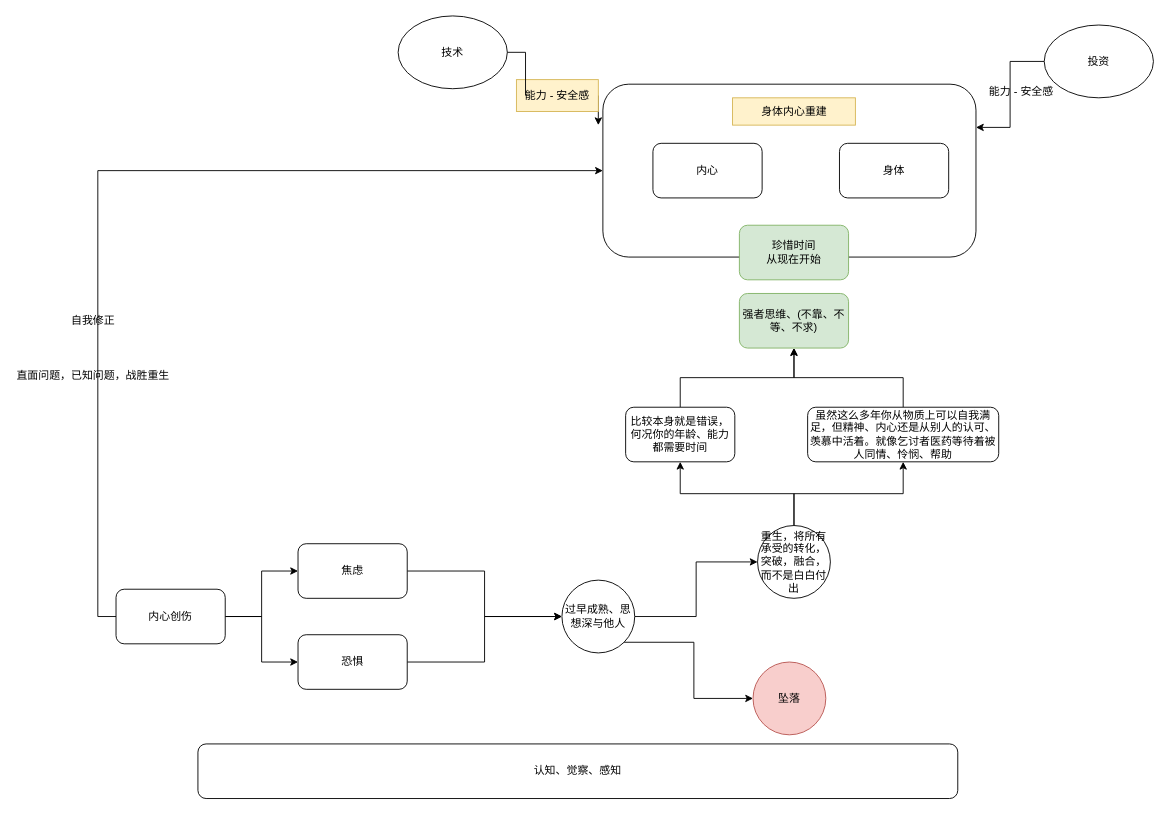
Above: menus/重生与坠落.drawio in Asamiyaa/microservice-k8s-yun (draw.io), before the change. Source tidied: cells renumbered, new cells numbered last; positions are measured from the earlier drawing's top-left corner, leaving out a move shared by most shapes. Both pictures are drawn from the tidied source at 91%, with x=0, y=0 at pixel (15, 15).
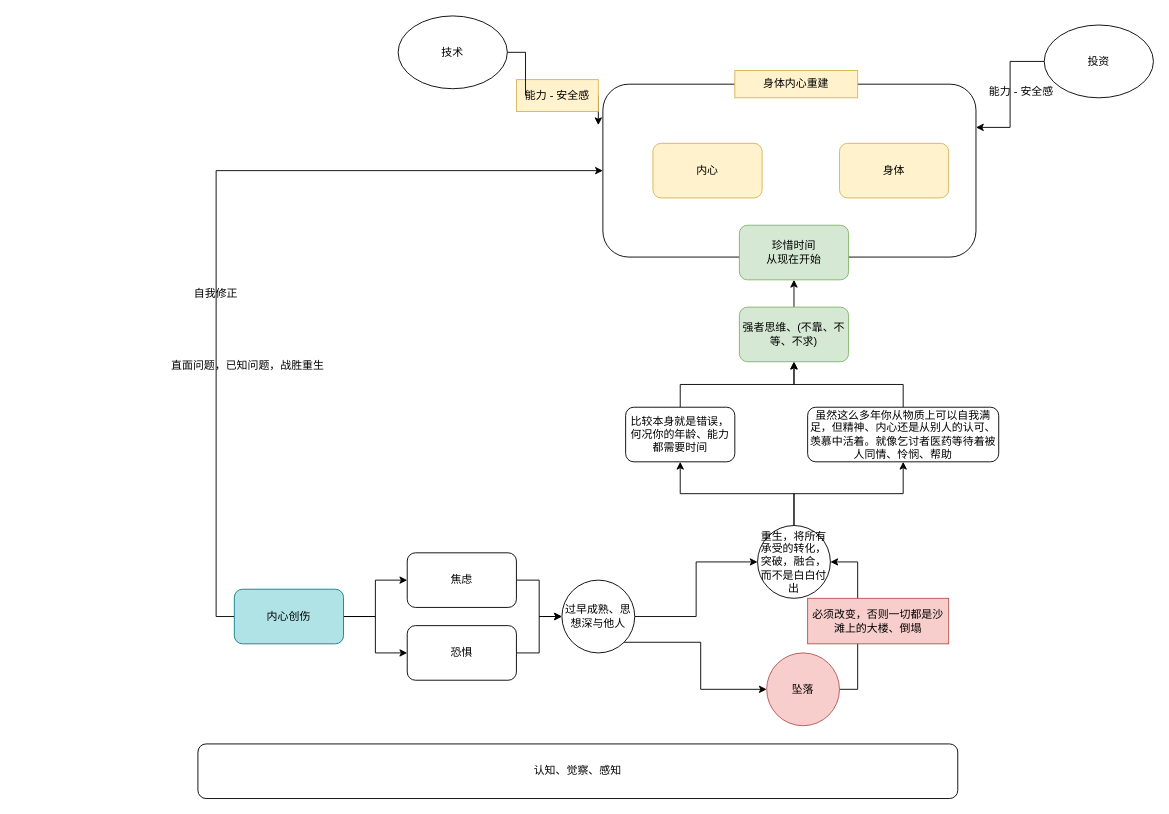
The same page after the edit.

Commit message (it also covers changes not shown here):
更新重生与坠落.drawio

The change refers to these unchanged cells:
```xml
<mxCell id="25" value="重生，将所有承受的转化，突破，融合，而不是白白付出" style="ellipse;whiteSpace=wrap;html=1;" parent="1" vertex="1">
  <mxGeometry x="815" y="560" width="80" height="80" as="geometry" />
</mxCell>
<mxCell id="36" value="珍惜时间&lt;br&gt;从现在开始" style="whiteSpace=wrap;html=1;rounded=1;fillColor=#d5e8d4;strokeColor=#82b366;" parent="1" vertex="1">
  <mxGeometry x="795" y="230" width="120" height="60" as="geometry" />
</mxCell>
```

Diff of the diagram source:
```diff
@@
-    <mxCell id="6" value="内心创伤" style="rounded=1;whiteSpace=wrap;html=1;" parent="1" vertex="1">
-      <mxGeometry x="110" y="630" width="120" height="60" as="geometry" />
+    <mxCell id="6" value="内心创伤" style="rounded=1;whiteSpace=wrap;html=1;fillColor=#b0e3e6;strokeColor=#0e8088;" parent="1" vertex="1">
+      <mxGeometry x="240" y="630" width="120" height="60" as="geometry" />
     </mxCell>
@@
     <mxCell id="8" value="焦虑" style="whiteSpace=wrap;html=1;rounded=1;" parent="1" vertex="1">
-      <mxGeometry x="310" y="580" width="120" height="60" as="geometry" />
+      <mxGeometry x="430" y="590" width="120" height="60" as="geometry" />
     </mxCell>
@@
     <mxCell id="10" value="恐惧" style="whiteSpace=wrap;html=1;rounded=1;" parent="1" vertex="1">
-      <mxGeometry x="310" y="680" width="120" height="60" as="geometry" />
+      <mxGeometry x="430" y="670" width="120" height="60" as="geometry" />
     </mxCell>
@@
+    <mxCell id="37" style="edgeStyle=orthogonalEdgeStyle;rounded=0;jettySize=auto;html=1;exitX=0.5;exitY=0;exitDx=0;exitDy=0;entryX=0.5;entryY=1;entryDx=0;entryDy=0;" parent="1" edge="1" source="18" target="36">
+      <mxGeometry relative="1" as="geometry" />
+    </mxCell>
     <mxCell id="18" value="强者思维、(不靠、不等、不求)" style="whiteSpace=wrap;html=1;rounded=1;fillColor=#d5e8d4;strokeColor=#82b366;" parent="1" vertex="1">
-      <mxGeometry x="795" y="305" width="120" height="60" as="geometry" />
+      <mxGeometry x="795" y="320" width="120" height="60" as="geometry" />
     </mxCell>
-    <mxCell id="19" value="内心" style="whiteSpace=wrap;html=1;rounded=1;" parent="1" vertex="1">
+    <mxCell id="19" value="内心" style="whiteSpace=wrap;html=1;rounded=1;fillColor=#fff2cc;strokeColor=#d6b656;" parent="1" vertex="1">
       <mxGeometry x="700" y="140" width="120" height="60" as="geometry" />
     </mxCell>
-    <mxCell id="20" value="身体" style="whiteSpace=wrap;html=1;rounded=1;" parent="1" vertex="1">
+    <mxCell id="20" value="身体" style="whiteSpace=wrap;html=1;rounded=1;fillColor=#fff2cc;strokeColor=#d6b656;" parent="1" vertex="1">
       <mxGeometry x="905" y="140" width="120" height="60" as="geometry" />
     </mxCell>
     <mxCell id="21" value="直面问题，已知问题，战胜重生" style="text;html=1;strokeColor=none;fillColor=none;align=center;verticalAlign=middle;whiteSpace=wrap;rounded=0;" parent="1" vertex="1">
-      <mxGeometry y="380" width="170" height="30" as="geometry" />
+      <mxGeometry x="170" y="370" width="170" height="30" as="geometry" />
     </mxCell>
     <mxCell id="22" value="自我修正" style="text;html=1;strokeColor=none;fillColor=none;align=center;verticalAlign=middle;whiteSpace=wrap;rounded=0;" parent="1" vertex="1">
-      <mxGeometry x="55" y="320" width="60" height="30" as="geometry" />
+      <mxGeometry x="190" y="290" width="60" height="30" as="geometry" />
     </mxCell>
@@
+    <mxCell id="38" style="edgeStyle=orthogonalEdgeStyle;rounded=0;jettySize=auto;html=1;exitX=1;exitY=0.5;exitDx=0;exitDy=0;entryX=1;entryY=0.5;entryDx=0;entryDy=0;" parent="1" edge="1" source="26" target="25">
+      <mxGeometry relative="1" as="geometry" />
+    </mxCell>
     <mxCell id="26" value="坠落" style="ellipse;whiteSpace=wrap;html=1;fillColor=#f8cecc;strokeColor=#b85450;" parent="1" vertex="1">
-      <mxGeometry x="810" y="710" width="80" height="80" as="geometry" />
+      <mxGeometry x="825" y="700" width="80" height="80" as="geometry" />
     </mxCell>
@@
     <mxCell id="28" value="身体内心重建" style="text;html=1;strokeColor=#d6b656;fillColor=#fff2cc;align=center;verticalAlign=middle;whiteSpace=wrap;rounded=0;" parent="1" vertex="1">
-      <mxGeometry x="787.5" y="90" width="135" height="30" as="geometry" />
+      <mxGeometry x="790" y="60" width="135" height="30" as="geometry" />
     </mxCell>
@@
+    <mxCell id="39" value="必须改变，否则一切都是沙滩上的大楼、倒塌" style="text;html=1;strokeColor=#b85450;fillColor=#f8cecc;align=center;verticalAlign=middle;whiteSpace=wrap;rounded=0;" parent="1" vertex="1">
+      <mxGeometry x="870" y="640" width="155" height="50" as="geometry" />
+    </mxCell>
```
